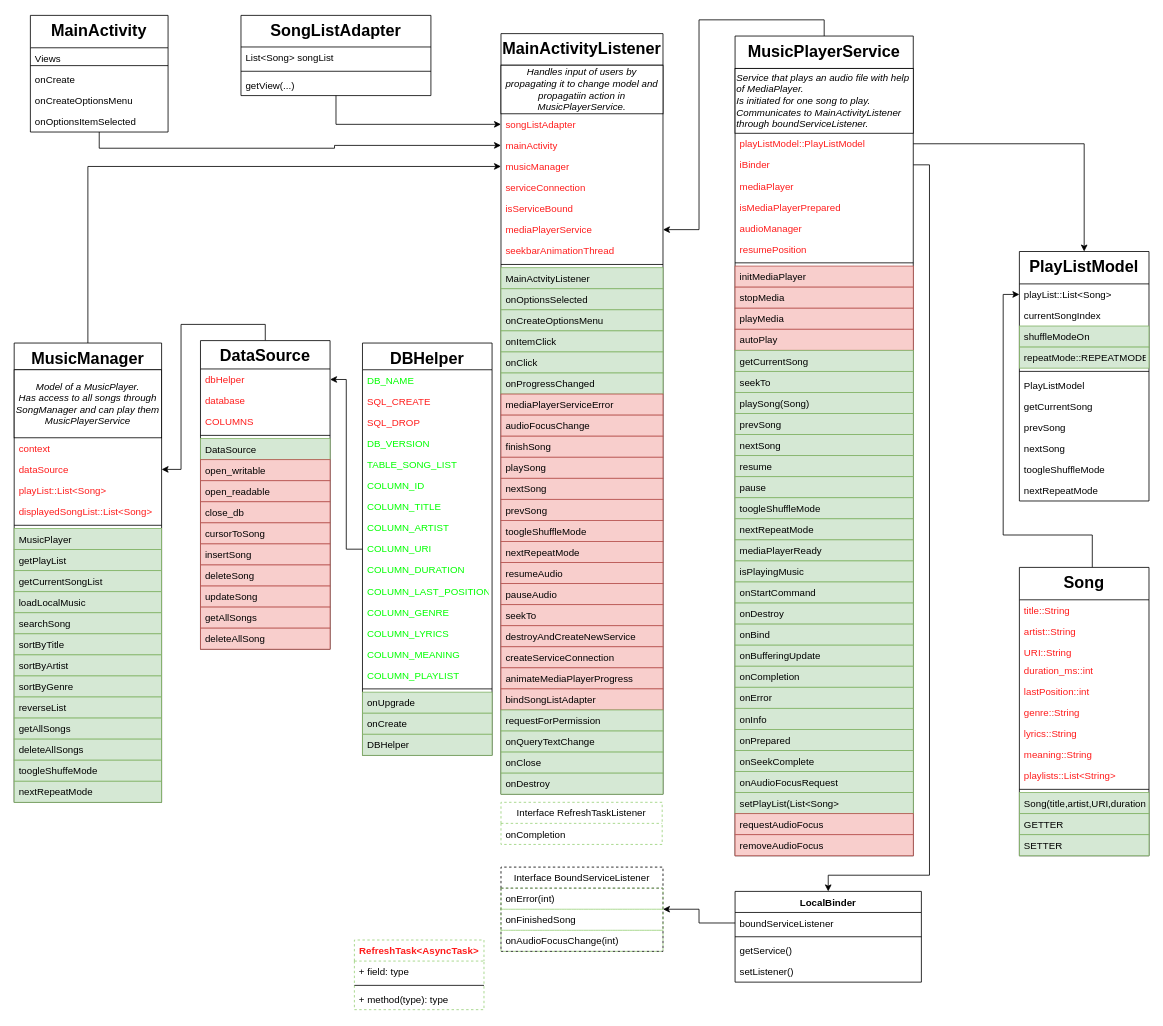
This is klassendiagramm.drawio from JohannesGrobelski/MoonstoneMusicPlayer, a draw.io file, before an edit. Source tidied: cells renumbered, new cells numbered last; positions are measured from the earlier drawing's top-left corner, leaving out a move shared by most shapes. Both pictures are drawn from the tidied source at 81%, with x=0, y=0 at pixel (14, 15).
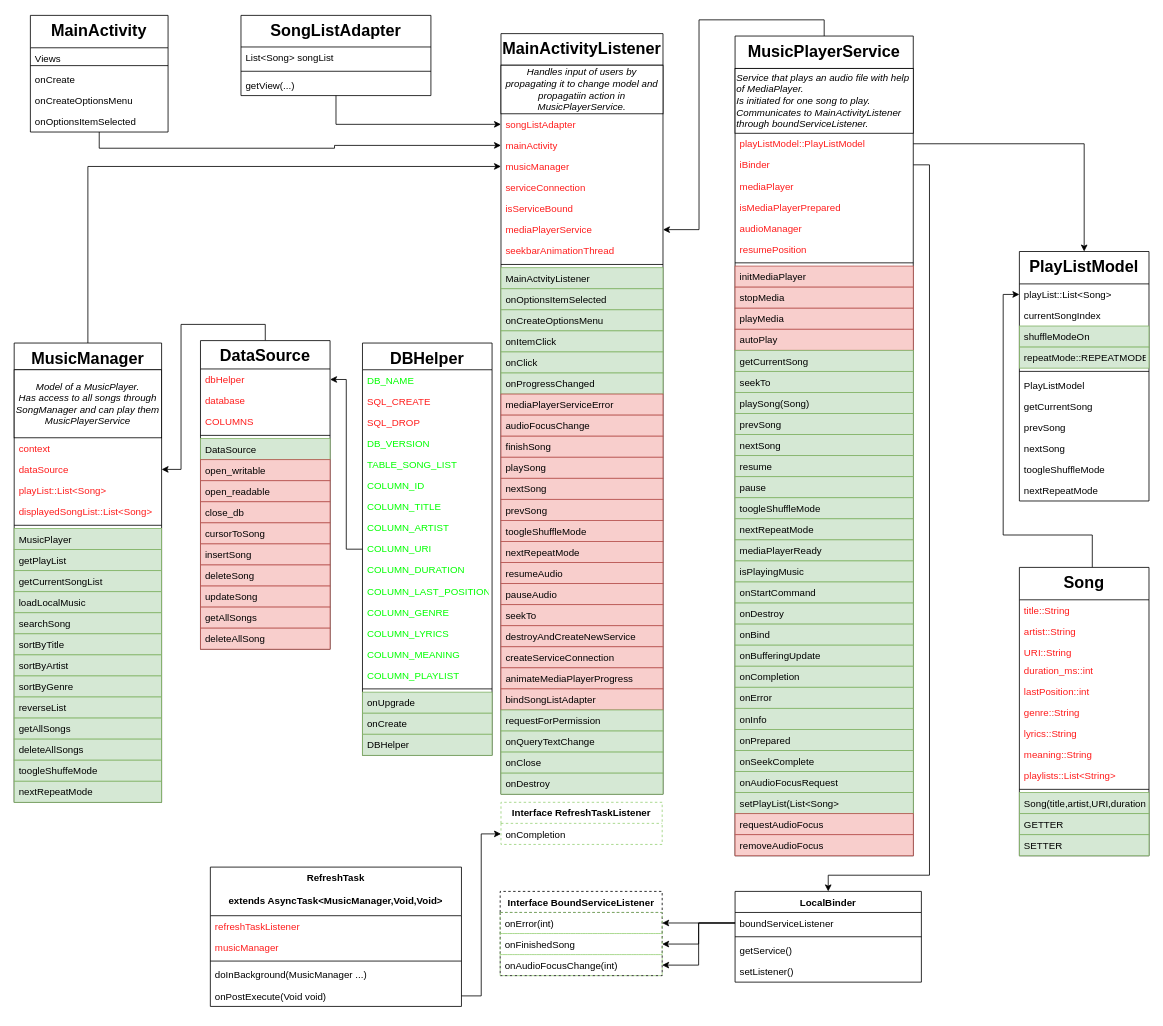
After the change.

Unchanged cells that the change refers to:
```xml
<mxCell id="9" value="MainActivityListener" style="swimlane;fontStyle=1;align=center;verticalAlign=top;horizontal=1;startSize=39;rounded=0;shadow=0;strokeWidth=1;fontSize=20;" parent="1" vertex="1">
  <mxGeometry x="601" y="23" width="200" height="939" as="geometry" />
</mxCell>
<mxCell id="173" value="boundServiceListener" style="text;strokeColor=none;fillColor=none;align=left;verticalAlign=top;spacingLeft=4;spacingRight=4;overflow=hidden;points=[[0,0.5],[1,0.5]];portConstraint=eastwest;" parent="172" vertex="1">
  <mxGeometry y="26" width="230" height="26" as="geometry" />
</mxCell>
<mxCell id="179" value="onError(int)" style="text;fillColor=none;align=left;verticalAlign=top;spacingLeft=4;spacingRight=4;overflow=hidden;points=[[0,0.5],[1,0.5]];portConstraint=eastwest;strokeColor=#97D077;dashed=1;" parent="178" vertex="1">
  <mxGeometry y="26" width="200" height="26" as="geometry" />
</mxCell>
<mxCell id="180" value="onFinishedSong" style="text;fillColor=none;align=left;verticalAlign=top;spacingLeft=4;spacingRight=4;overflow=hidden;points=[[0,0.5],[1,0.5]];portConstraint=eastwest;strokeColor=#97D077;dashed=1;" parent="178" vertex="1">
  <mxGeometry y="52" width="200" height="26" as="geometry" />
</mxCell>
<mxCell id="181" value="onAudioFocusChange(int)" style="text;fillColor=none;align=left;verticalAlign=top;spacingLeft=4;spacingRight=4;overflow=hidden;points=[[0,0.5],[1,0.5]];portConstraint=eastwest;strokeColor=#97D077;dashed=1;" parent="178" vertex="1">
  <mxGeometry y="78" width="200" height="26" as="geometry" />
</mxCell>
<mxCell id="183" value="onCompletion" style="text;strokeColor=none;fillColor=none;align=left;verticalAlign=top;spacingLeft=4;spacingRight=4;overflow=hidden;points=[[0,0.5],[1,0.5]];portConstraint=eastwest;" parent="182" vertex="1">
  <mxGeometry y="26" width="199" height="26" as="geometry" />
</mxCell>
```

The edit, as a diff of the source:
```diff
@@
-    <mxCell id="20" value="onOptionsSelected" style="text;align=left;verticalAlign=top;spacingLeft=4;spacingRight=4;overflow=hidden;fillColor=#d5e8d4;strokeColor=#82b366;" parent="9" vertex="1">
+    <mxCell id="20" value="onOptionsItemSelected" style="text;align=left;verticalAlign=top;spacingLeft=4;spacingRight=4;overflow=hidden;fillColor=#d5e8d4;strokeColor=#82b366;" parent="9" vertex="1">
       <mxGeometry y="315" width="200" height="26" as="geometry" />
     </mxCell>
@@
-    <mxCell id="177" style="edgeStyle=orthogonalEdgeStyle;rounded=0;jettySize=auto;html=1;exitX=0;exitY=0.5;exitDx=0;exitDy=0;" parent="1" edge="1" source="173" target="178">
+    <mxCell id="177" style="edgeStyle=orthogonalEdgeStyle;rounded=0;jettySize=auto;html=1;exitX=0;exitY=0.5;exitDx=0;exitDy=0;" parent="1" edge="1" source="173" target="179">
       <mxGeometry relative="1" as="geometry" />
     </mxCell>
-    <mxCell id="178" value="Interface BoundServiceListener" style="swimlane;fontStyle=0;horizontal=1;startSize=26;fillColor=none;dashed=1;" parent="1" vertex="1">
-      <mxGeometry x="601" y="1052" width="200" height="104" as="geometry" />
+    <mxCell id="178" value="Interface BoundServiceListener" style="swimlane;fontStyle=1;horizontal=1;startSize=26;fillColor=none;dashed=1;" parent="1" vertex="1">
+      <mxGeometry x="600" y="1082" width="200" height="104" as="geometry" />
     </mxCell>
@@
-    <mxCell id="182" value="Interface RefreshTaskListener" style="swimlane;fontStyle=0;horizontal=1;startSize=26;fillColor=none;dashed=1;strokeColor=#97D077;" parent="1" vertex="1">
+    <mxCell id="182" value="Interface RefreshTaskListener" style="swimlane;fontStyle=1;horizontal=1;startSize=26;fillColor=none;dashed=1;strokeColor=#97D077;" parent="1" vertex="1">
       <mxGeometry x="601" y="972" width="199" height="52" as="geometry" />
     </mxCell>
@@
-    <mxCell id="184" value="RefreshTask&lt;AsyncTask&gt;" style="swimlane;fontStyle=1;align=center;verticalAlign=top;horizontal=1;startSize=26;dashed=1;strokeColor=#97D077;fontColor=#FF1C1C;" parent="1" vertex="1">
-      <mxGeometry x="420" y="1142" width="160" height="86" as="geometry" />
+    <mxCell id="184" value="RefreshTask &#10;&#10;extends AsyncTask&lt;MusicManager,Void,Void&gt;" style="swimlane;fontStyle=1;align=center;verticalAlign=top;horizontal=1;startSize=60;" parent="1" vertex="1">
+      <mxGeometry x="242.2" y="1052" width="310" height="172" as="geometry" />
     </mxCell>
+    <mxCell id="190" value="refreshTaskListener" style="text;align=left;verticalAlign=top;spacingLeft=4;spacingRight=4;overflow=hidden;fontColor=#FF1C1C;" parent="184" vertex="1">
+      <mxGeometry y="60" width="310" height="26" as="geometry" />
+    </mxCell>
-    <mxCell id="185" value="+ field: type" style="text;strokeColor=none;fillColor=none;align=left;verticalAlign=top;spacingLeft=4;spacingRight=4;overflow=hidden;" parent="184" vertex="1">
-      <mxGeometry y="26" width="160" height="26" as="geometry" />
+    <mxCell id="185" value="musicManager" style="text;align=left;verticalAlign=top;spacingLeft=4;spacingRight=4;overflow=hidden;fontColor=#FF1C1C;" parent="184" vertex="1">
+      <mxGeometry y="86" width="310" height="26" as="geometry" />
     </mxCell>
     <mxCell id="186" style="line;strokeWidth=1;fillColor=none;align=left;verticalAlign=middle;spacingTop=-1;spacingLeft=3;spacingRight=3;labelPosition=right;" parent="184" vertex="1">
-      <mxGeometry y="52" width="160" height="8" as="geometry" />
+      <mxGeometry y="112" width="310" height="8" as="geometry" />
     </mxCell>
-    <mxCell id="187" value="+ method(type): type" style="text;strokeColor=none;fillColor=none;align=left;verticalAlign=top;spacingLeft=4;spacingRight=4;overflow=hidden;" parent="184" vertex="1">
-      <mxGeometry y="60" width="160" height="26" as="geometry" />
+    <mxCell id="187" value="doInBackground(MusicManager ...)" style="text;strokeColor=none;fillColor=none;align=left;verticalAlign=top;spacingLeft=4;spacingRight=4;overflow=hidden;" parent="184" vertex="1">
+      <mxGeometry y="120" width="310" height="26" as="geometry" />
     </mxCell>
+    <mxCell id="191" value="onPostExecute(Void void)" style="text;strokeColor=none;fillColor=none;align=left;verticalAlign=top;spacingLeft=4;spacingRight=4;overflow=hidden;points=[[0,0.5],[1,0.5]];portConstraint=eastwest;" parent="184" vertex="1">
+      <mxGeometry y="146" width="310" height="26" as="geometry" />
+    </mxCell>
@@
+    <mxCell id="192" style="edgeStyle=orthogonalEdgeStyle;rounded=0;jettySize=auto;html=1;fontColor=#FF1C1C;" parent="1" edge="1" source="191" target="183">
+      <mxGeometry relative="1" as="geometry" />
+    </mxCell>
+    <mxCell id="193" style="edgeStyle=orthogonalEdgeStyle;rounded=0;jettySize=auto;html=1;entryX=1;entryY=0.5;entryDx=0;entryDy=0;fontColor=#FF1C1C;" parent="1" edge="1" source="173" target="180">
+      <mxGeometry relative="1" as="geometry" />
+    </mxCell>
+    <mxCell id="194" style="edgeStyle=orthogonalEdgeStyle;rounded=0;jettySize=auto;html=1;fontColor=#FF1C1C;" parent="1" edge="1" source="173" target="181">
+      <mxGeometry relative="1" as="geometry" />
+    </mxCell>
```
